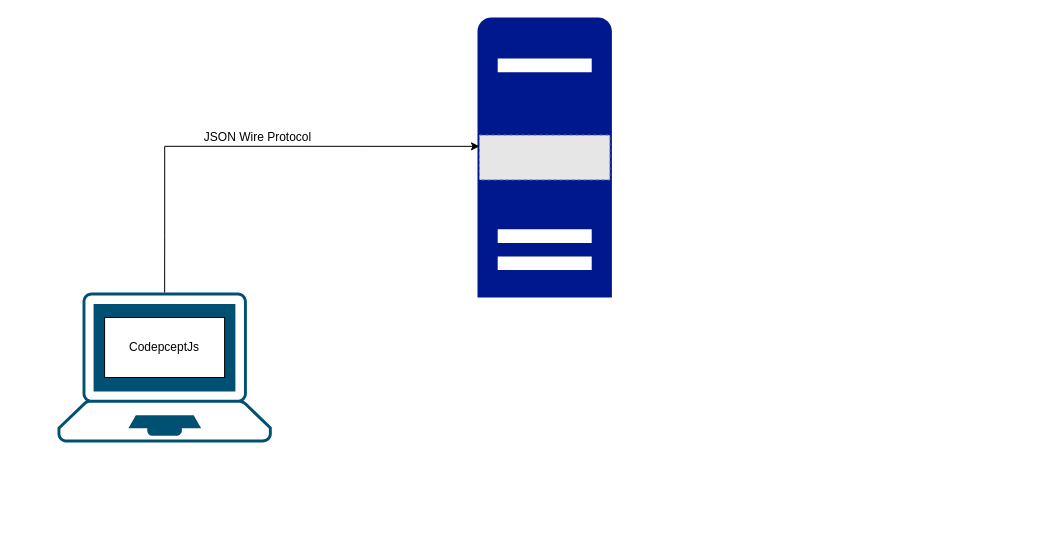
The draw.io diagram architectrure.drawio in ajikee1/appium-codeceptjs-demo, before the edit. Source tidied: cells renumbered, new cells numbered last; positions are measured from the earlier drawing's top-left corner, leaving out a move shared by most shapes. Both pictures are drawn from the tidied source at 100%, with x=0, y=0 at pixel (57, 17). Pictures stored in the file or linked from it are replaced by grey dashed boxes.
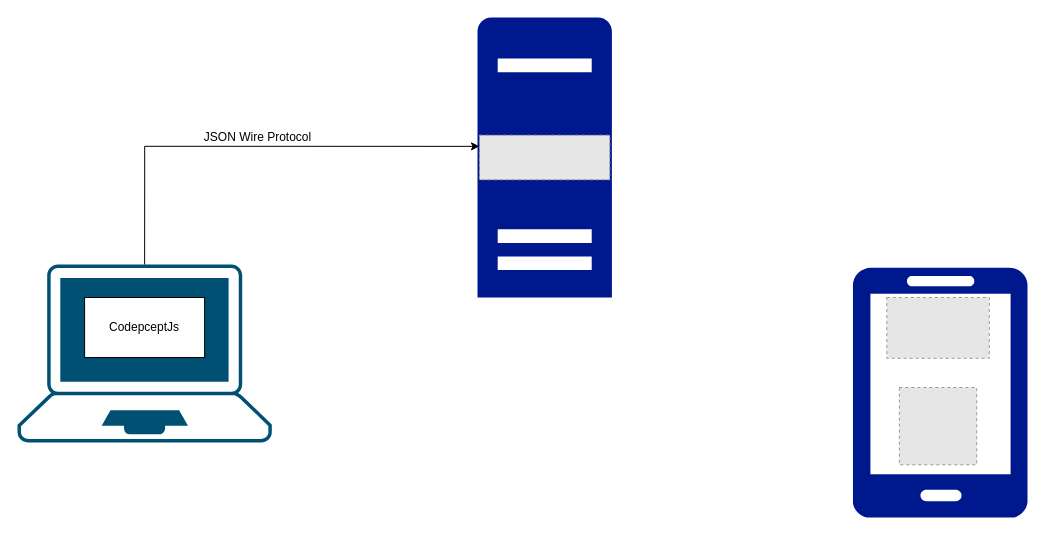
Above is the later version.

Change to the diagram source:
```diff
@@
 <mxGraphModel>
   <root>
     <mxCell id="0" />
     <mxCell id="1" parent="0" />
     <mxCell id="2" style="points=[[0.13,0.02,0],[0.5,0,0],[0.87,0.02,0],[0.885,0.4,0],[0.985,0.985,0],[0.5,1,0],[0.015,0.985,0],[0.115,0.4,0]];verticalLabelPosition=bottom;sketch=0;html=1;verticalAlign=top;align=center;shape=mxgraph.cisco19.laptop;fillColor=#005073;strokeColor=none;" parent="1" vertex="1">
-      <mxGeometry y="275" width="214.3" height="150" as="geometry" />
+      <mxGeometry x="-40" y="247" width="254.3" height="178" as="geometry" />
     </mxCell>
     <mxCell id="3" value="CodepceptJs" style="rounded=0;whiteSpace=wrap;html=1;" parent="1" vertex="1">
-      <mxGeometry x="47.1" y="300" width="120" height="60" as="geometry" />
+      <mxGeometry x="27.1" y="280" width="120" height="60" as="geometry" />
     </mxCell>
     <mxCell id="4" style="sketch=0;shadow=0;dashed=0;html=1;strokeColor=none;labelPosition=center;verticalLabelPosition=bottom;verticalAlign=top;align=center;fillColor=#00188D;shape=mxgraph.mscae.enterprise.server_generic;" parent="1" vertex="1">
       <mxGeometry x="420" width="134.4" height="280" as="geometry" />
     </mxCell>
     <mxCell id="5" style="edgeStyle=orthogonalEdgeStyle;rounded=0;jettySize=auto;html=1;exitX=0;exitY=0.25;exitDx=0;exitDy=0;entryX=0.5;entryY=0;entryDx=0;entryDy=0;entryPerimeter=0;endArrow=none;endFill=0;startArrow=classic;startFill=1;" parent="1" edge="1" source="6" target="2">
       <mxGeometry relative="1" as="geometry" />
     </mxCell>
     <mxCell id="6" style="fillColor=#E6E6E6;strokeColor=#999999;dashed=1;verticalLabelPosition=bottom;labelBackgroundColor=default;verticalAlign=top;" parent="1" vertex="1">
       <mxGeometry x="422" y="117.7" width="130.3" height="44.6" as="geometry" />
     </mxCell>
     <mxCell id="7" value="JSON Wire Protocol" style="text;html=1;align=center;verticalAlign=middle;strokeColor=none;fillColor=none;" parent="1" vertex="1">
       <mxGeometry x="140" y="110" width="120" height="20" as="geometry" />
     </mxCell>
+    <mxCell id="8" style="sketch=0;shadow=0;dashed=0;html=1;strokeColor=none;labelPosition=center;verticalLabelPosition=bottom;verticalAlign=top;align=center;fillColor=#00188D;shape=mxgraph.azure.mobile;" parent="1" vertex="1">
+      <mxGeometry x="795" y="250" width="175" height="250" as="geometry" />
+    </mxCell>
+    <mxCell id="9" style="fillColor=#E6E6E6;strokeColor=#999999;dashed=1;verticalLabelPosition=bottom;labelBackgroundColor=default;verticalAlign=top;" parent="1" vertex="1">
+      <mxGeometry x="829.3" y="280" width="102.5" height="60.8" as="geometry" />
+    </mxCell>
+    <mxCell id="10" style="fillColor=#E6E6E6;strokeColor=#999999;dashed=1;html=1;verticalAlign=top;verticalLabelPosition=bottom;labelBackgroundColor=#ffffff;" parent="1" vertex="1">
+      <mxGeometry x="841.9" y="370" width="77.3" height="77.3" as="geometry" />
+    </mxCell>
   </root>
 </mxGraphModel>
```
